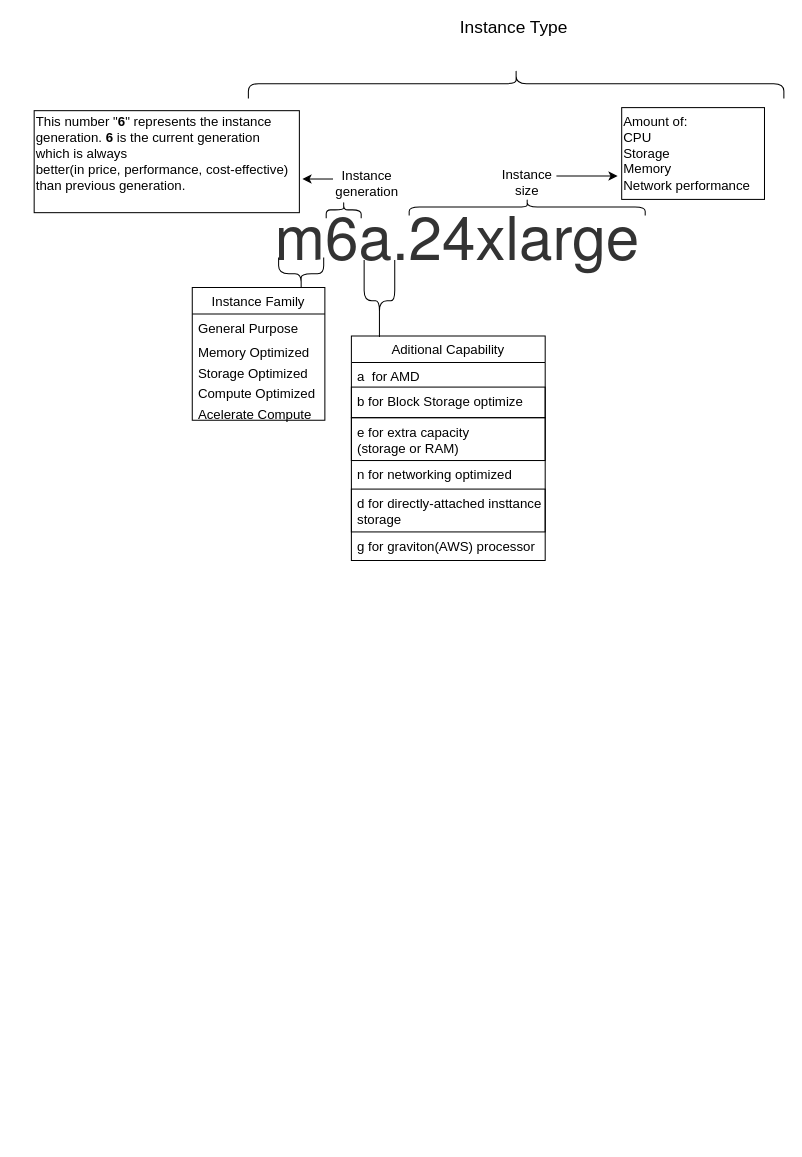
Earlier version of the draw.io diagram certification/ec2/ec2_naming_pattern.drawio (ldipotetjob/AWS). Source tidied: cells renumbered, new cells numbered last; positions are measured from the earlier drawing's top-left corner, leaving out a move shared by most shapes. Both pictures are drawn from the tidied source at 102%, with x=0, y=0 at pixel (34, 17).
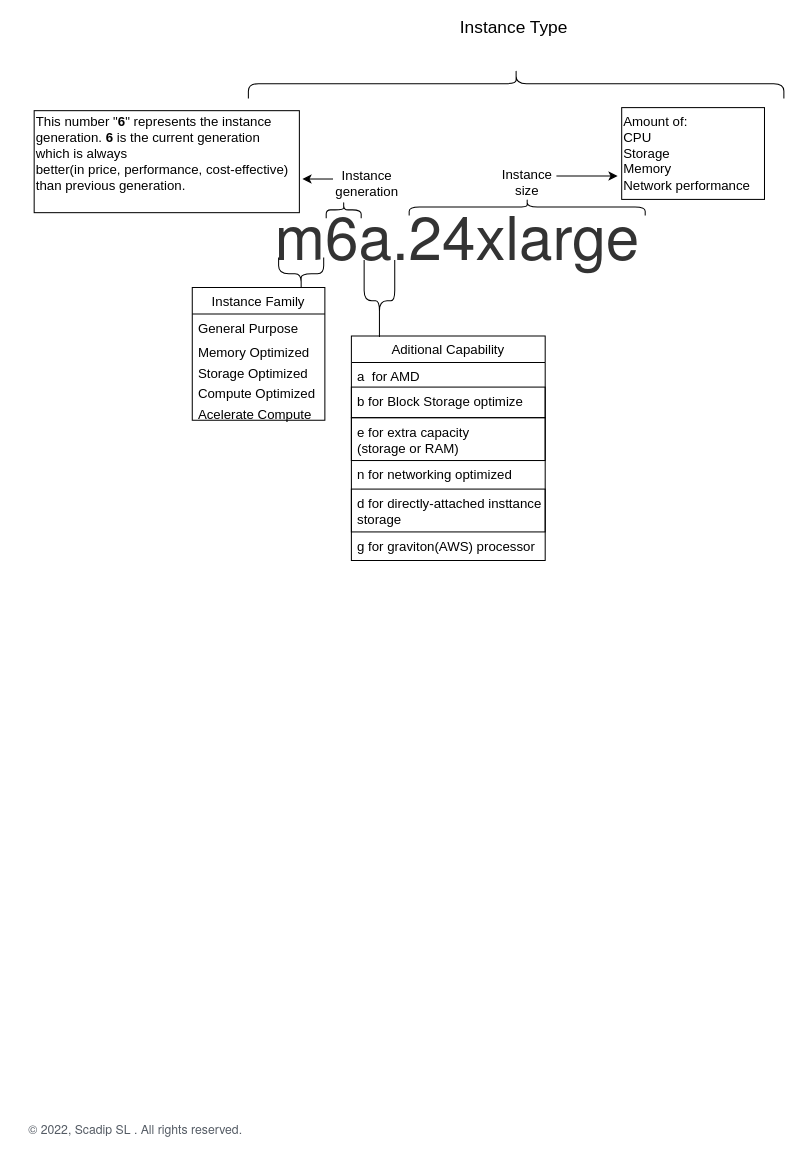
Above is the later version.

Commit message:
Update ec2_naming_pattern adding copyright

The edit, as a diff of the source:
```diff
@@
+    <mxCell id="28" value="&lt;span style=&quot;color: rgb(84, 91, 100); font-family: &amp;quot;Amazon Ember&amp;quot;, &amp;quot;Helvetica Neue&amp;quot;, Roboto, Arial, sans-serif; text-align: start; background-color: rgb(255, 255, 255);&quot;&gt;© 2022, Scadip SL&amp;nbsp;&lt;/span&gt;&lt;span style=&quot;color: rgb(84, 91, 100); font-family: &amp;quot;Amazon Ember&amp;quot;, &amp;quot;Helvetica Neue&amp;quot;, Roboto, Arial, sans-serif; text-align: start; background-color: rgb(255, 255, 255);&quot;&gt;. All rights reserved.&lt;/span&gt;" style="text;html=1;align=center;verticalAlign=middle;strokeColor=none;fillColor=none;fontSize=12;" parent="1" vertex="1">
+      <mxGeometry x="-16" y="1080" width="230" height="20" as="geometry" />
+    </mxCell>
```
